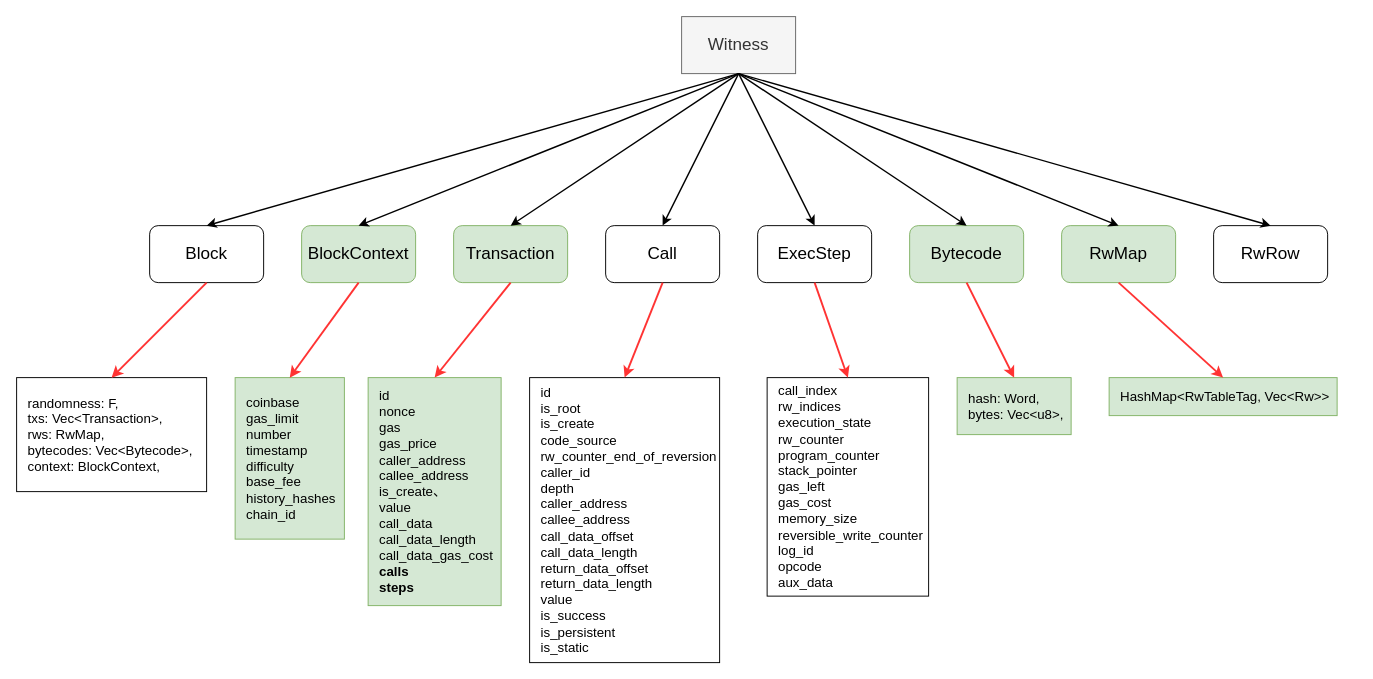
Earlier version of the draw.io diagram zkevm/EVM circuit && witness.drawio (0xyicheng/a-research-diagram). Source tidied: cells renumbered, new cells numbered last; positions are measured from the earlier drawing's top-left corner, leaving out a move shared by most shapes. Both pictures are drawn from the tidied source at 95%, with x=0, y=0 at pixel (16, 16).
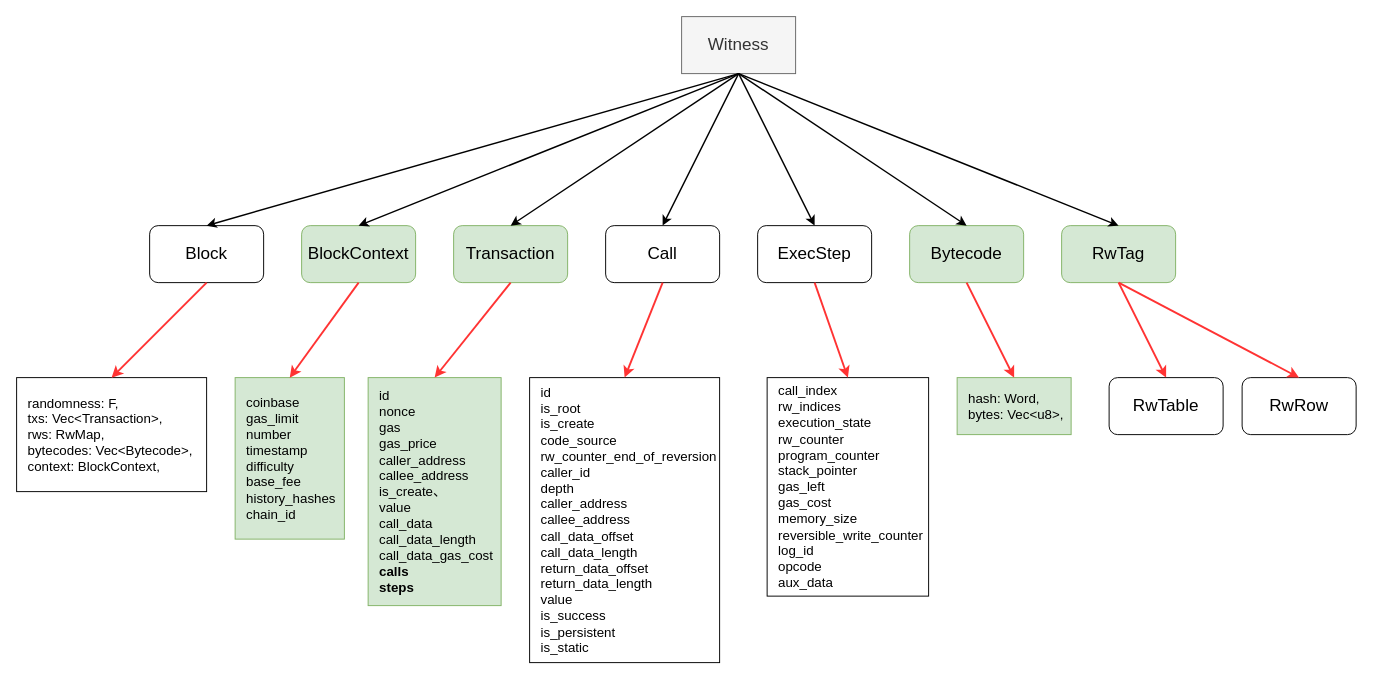
The same page after the edit.

Unchanged cells that the change refers to:
```xml
<mxCell id="2" value="&lt;font style=&quot;font-size: 18px;&quot;&gt;Witness&lt;/font&gt;" style="rounded=0;whiteSpace=wrap;html=1;fillColor=#f5f5f5;fontColor=#333333;strokeColor=#666666;" parent="1" vertex="1">
  <mxGeometry x="700" width="120" height="60" as="geometry" />
</mxCell>
```

Change to the diagram source:
```diff
@@
-    <mxCell id="9" value="RwMap" style="rounded=1;whiteSpace=wrap;html=1;fontSize=18;fillColor=#d5e8d4;strokeColor=#82b366;" parent="1" vertex="1">
+    <mxCell id="9" value="RwTag" style="rounded=1;whiteSpace=wrap;html=1;fontSize=18;fillColor=#d5e8d4;strokeColor=#82b366;" parent="1" vertex="1">
       <mxGeometry x="1100" y="220" width="120" height="60" as="geometry" />
     </mxCell>
     <mxCell id="10" value="RwRow" style="rounded=1;whiteSpace=wrap;html=1;fontSize=18;" parent="1" vertex="1">
-      <mxGeometry x="1260" y="220" width="120" height="60" as="geometry" />
+      <mxGeometry x="1290" y="380" width="120" height="60" as="geometry" />
     </mxCell>
@@
-    <mxCell id="18" style="endArrow=classic;html=1;rounded=0;fontSize=18;entryX=0.5;entryY=0;entryDx=0;entryDy=0;strokeWidth=1.5;exitX=0.5;exitY=1;exitDx=0;exitDy=0;" parent="1" edge="1" source="2" target="10">
-      <mxGeometry relative="1" as="geometry" />
-    </mxCell>
@@
-    <mxCell id="26" value="&lt;div style=&quot;&quot;&gt;HashMap&amp;lt;RwTableTag, Vec&amp;lt;Rw&amp;gt;&amp;gt;&lt;br&gt;&lt;/div&gt;" style="rounded=0;whiteSpace=wrap;html=1;fontSize=14;align=left;spacingLeft=10;fillColor=#d5e8d4;strokeColor=#82b366;" parent="1" vertex="1">
-      <mxGeometry x="1150" y="380" width="240" height="40" as="geometry" />
-    </mxCell>
@@
-    <mxCell id="28" style="endArrow=classic;html=1;rounded=0;fontSize=14;strokeWidth=2;exitX=0.5;exitY=1;exitDx=0;exitDy=0;entryX=0.5;entryY=0;entryDx=0;entryDy=0;fillColor=#f8cecc;strokeColor=#FF3333;" parent="1" edge="1" source="9" target="26">
+    <mxCell id="28" style="endArrow=classic;html=1;rounded=0;fontSize=14;strokeWidth=2;exitX=0.5;exitY=1;exitDx=0;exitDy=0;entryX=0.5;entryY=0;entryDx=0;entryDy=0;fillColor=#f8cecc;strokeColor=#FF3333;" parent="1" edge="1" source="9" target="10">
       <mxGeometry relative="1" as="geometry" />
     </mxCell>
@@
+    <mxCell id="33" value="RwTable" style="rounded=1;whiteSpace=wrap;html=1;fontSize=18;" parent="1" vertex="1">
+      <mxGeometry x="1150" y="380" width="120" height="60" as="geometry" />
+    </mxCell>
+    <mxCell id="34" style="endArrow=classic;html=1;rounded=0;fontSize=14;strokeWidth=2;exitX=0.5;exitY=1;exitDx=0;exitDy=0;entryX=0.5;entryY=0;entryDx=0;entryDy=0;fillColor=#f8cecc;strokeColor=#FF3333;" parent="1" edge="1" source="9" target="33">
+      <mxGeometry relative="1" as="geometry" />
+    </mxCell>
```
